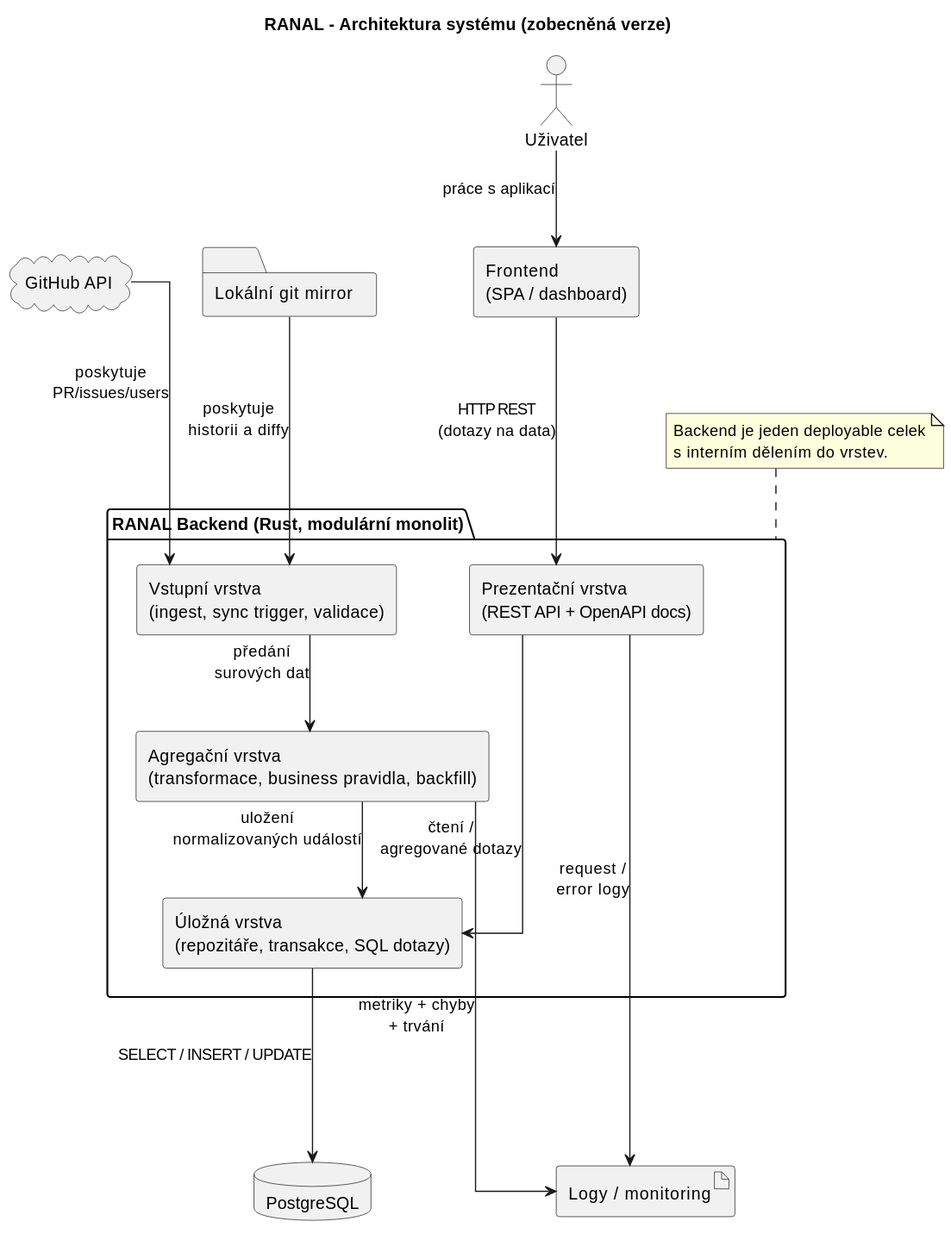
rcMarty/crabeye-thesis keeps this PlantUML diagram as src/figures/architecture/overall_architecture.svg. Above is the earlier version. Its diagram source:
```plantuml
@startuml
title RANAL - Architektura systému (zobecněná verze)

skinparam shadowing false
skinparam componentStyle rectangle
skinparam linetype ortho

skinparam nodesep 60
skinparam ranksep 80

actor "Uživatel" as user

cloud "GitHub API" as gh
folder "Lokální git mirror" as repo
component "Frontend\n(SPA / dashboard)" as fe

package "RANAL Backend (Rust, modulární monolit)" as be {

  component "Prezentační vrstva\n(REST API + OpenAPI docs)" as api
  component "Vstupní vrstva\n(ingest, sync trigger, validace)" as input

  component "Agregační vrstva\n(transformace, business pravidla, backfill)" as agg
  component "Úložná vrstva\n(repozitáře, transakce, SQL dotazy)" as store

  api -[hidden]down-> agg
  input -[hidden]down-> agg
  agg -[hidden]down-> store
}

database "PostgreSQL" as db
artifact "Logy / monitoring" as logs


user --> fe : práce s aplikací

fe ---> api : HTTP REST\n(dotazy na data)

gh ---> input : poskytuje\nPR/issues/users
repo ---> input : poskytuje\nhistorii a diffy

input --> agg : předání\nsurových dat
api ---> store : čtení /\nagregované dotazy

agg --> store : uložení\nnormalizovaných událostí


store ---> db : SELECT / INSERT / UPDATE


agg ----> logs : metriky + chyby\n+ trvání
api ---> logs : request /\nerror logy

note top of be
  Backend je jeden deployable celek
  s interním dělením do vrstev.
end note
@enduml
```
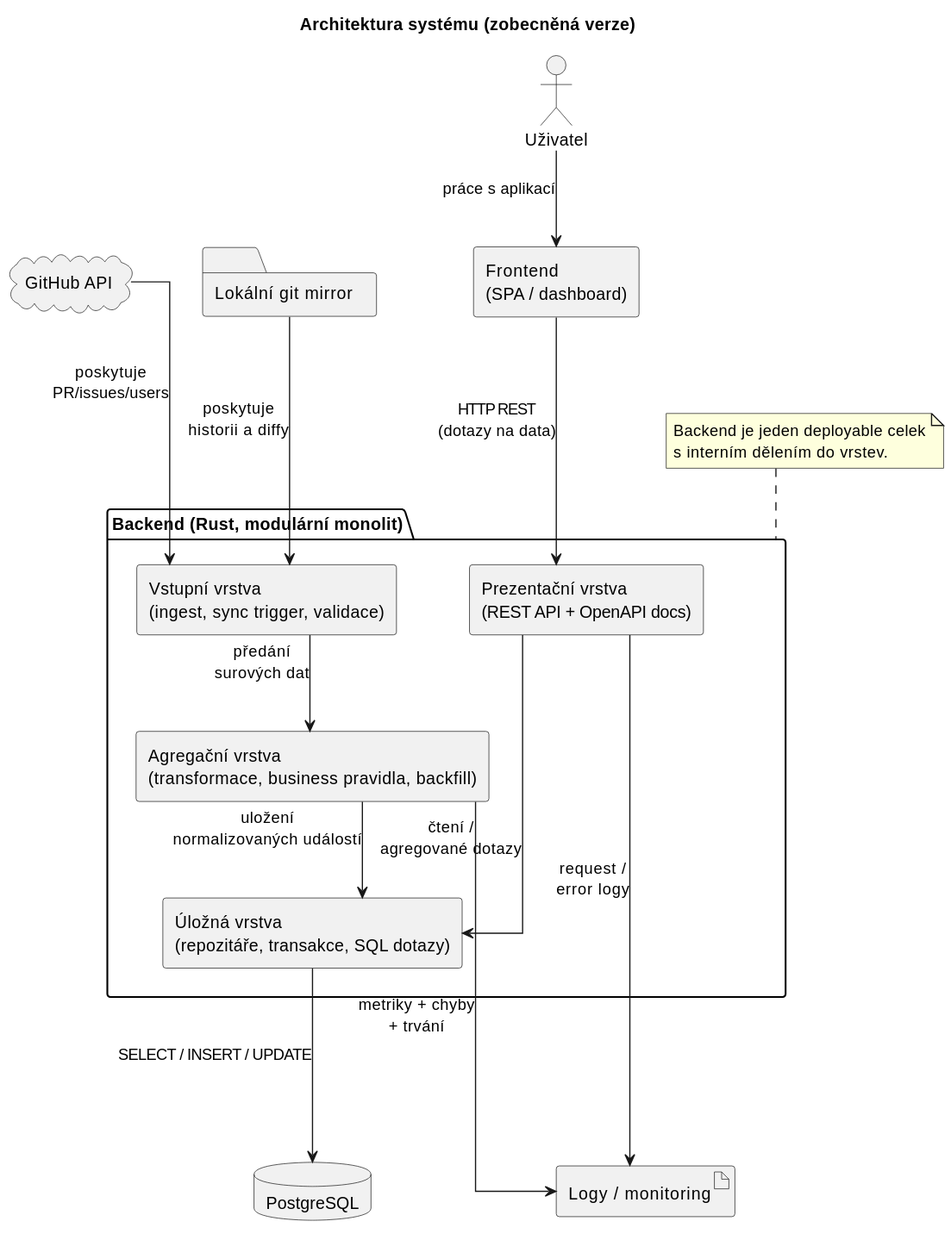
The same diagram one commit later.

Diff of the diagram source:
```diff
@@ -1,5 +1,5 @@
 @startuml
-title RANAL - Architektura systému (zobecněná verze)
+title Architektura systému (zobecněná verze)
 
 skinparam shadowing false
 skinparam componentStyle rectangle
@@ -14,7 +14,7 @@
 folder "Lokální git mirror" as repo
 component "Frontend\n(SPA / dashboard)" as fe
 
-package "RANAL Backend (Rust, modulární monolit)" as be {
+package "Backend (Rust, modulární monolit)" as be {
 
   component "Prezentační vrstva\n(REST API + OpenAPI docs)" as api
   component "Vstupní vrstva\n(ingest, sync trigger, validace)" as input
```
